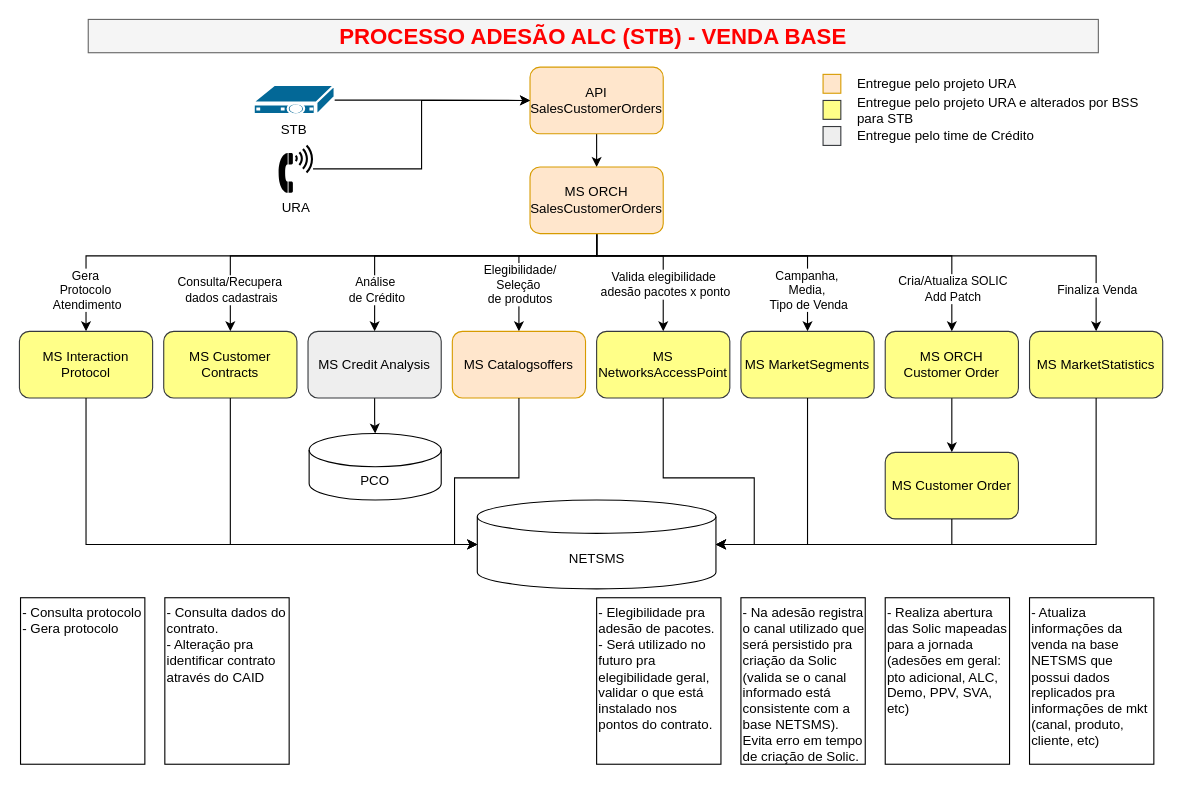
samirali/ClaroBrasil keeps this draw.io diagram as page "v3" (3 of 4) of 119216 - Chamada de crédito para vendas através de controle remoto.drawio. Above is the earlier version. Source tidied: cells renumbered, new cells numbered last; positions are measured from the earlier drawing's top-left corner, leaving out a move shared by most shapes. Both pictures are drawn from the tidied source at 111%, with x=0, y=0 at pixel (19, 19).
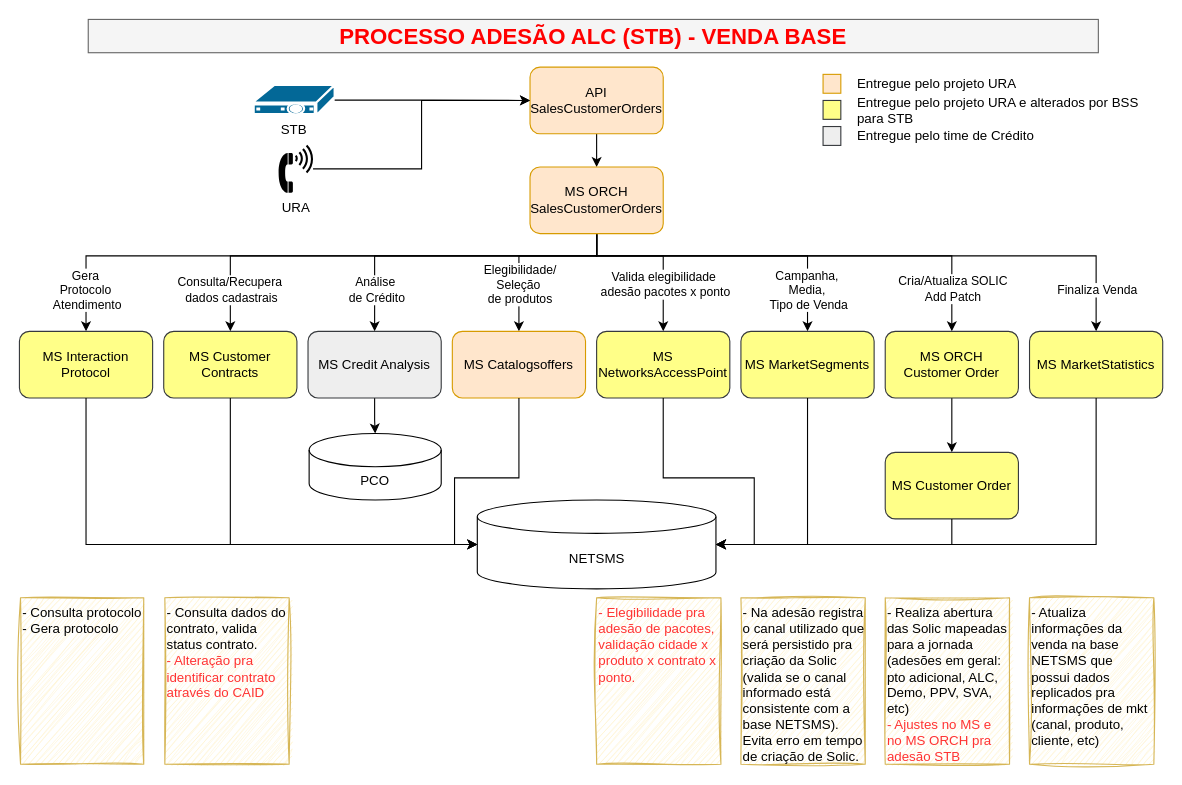
The same diagram, later.

What changed in the source:
```diff
@@
-    <mxCell id="52" value="- Consulta protocolo&lt;div&gt;&lt;span style=&quot;background-color: transparent; color: light-dark(rgb(0, 0, 0), rgb(255, 255, 255));&quot;&gt;- Gera protocolo&lt;/span&gt;&lt;/div&gt;" style="text;html=1;align=left;verticalAlign=top;whiteSpace=wrap;rounded=0;strokeColor=default;" parent="1" vertex="1">
-      <mxGeometry x="1" y="521" width="112" height="150" as="geometry" />
+    <mxCell id="52" value="- Consulta protocolo&lt;div&gt;&lt;span style=&quot;background-color: transparent; color: light-dark(rgb(0, 0, 0), rgb(255, 255, 255));&quot;&gt;- Gera protocolo&lt;/span&gt;&lt;/div&gt;" style="text;html=1;align=left;verticalAlign=top;whiteSpace=wrap;rounded=0;strokeColor=#d6b656;fillColor=#fff2cc;sketch=1;curveFitting=1;jiggle=2;" parent="1" vertex="1">
+      <mxGeometry x="1" y="521" width="111" height="150" as="geometry" />
     </mxCell>
-    <mxCell id="53" value="- Consulta dados do contrato.&lt;div&gt;- Alteração pra identificar contrato através do CAID&lt;/div&gt;" style="text;html=1;align=left;verticalAlign=top;whiteSpace=wrap;rounded=0;strokeColor=default;" parent="1" vertex="1">
+    <mxCell id="53" value="- Consulta dados do contrato, valida status contrato.&lt;div&gt;&lt;font style=&quot;color: rgb(255, 51, 51);&quot;&gt;- Alteração pra identificar contrato através do CAID&lt;/font&gt;&lt;/div&gt;" style="text;html=1;align=left;verticalAlign=top;whiteSpace=wrap;rounded=0;strokeColor=#d6b656;fillColor=#fff2cc;sketch=1;curveFitting=1;jiggle=2;" parent="1" vertex="1">
       <mxGeometry x="131" y="521" width="112" height="150" as="geometry" />
     </mxCell>
-    <mxCell id="54" value="- Elegibilidade pra adesão de pacotes.&lt;div&gt;- Será utilizado no futuro pra elegibilidade geral, validar o que está instalado nos pontos do contrato.&lt;/div&gt;" style="text;html=1;align=left;verticalAlign=top;whiteSpace=wrap;rounded=0;strokeColor=default;" parent="1" vertex="1">
+    <mxCell id="54" value="&lt;font style=&quot;color: rgb(255, 51, 51);&quot;&gt;- Elegibilidade pra adesão de pacotes, validação cidade x produto x contrato x ponto.&lt;/font&gt;&lt;div&gt;&lt;br&gt;&lt;/div&gt;" style="text;html=1;align=left;verticalAlign=top;whiteSpace=wrap;rounded=0;strokeColor=#d6b656;fillColor=#fff2cc;sketch=1;curveFitting=1;jiggle=2;" parent="1" vertex="1">
       <mxGeometry x="520" y="521" width="112" height="150" as="geometry" />
     </mxCell>
-    <mxCell id="55" value="- Na adesão registra o canal utilizado que será persistido pra criação da Solic (valida se o canal informado está consistente com a base NETSMS). Evita erro em tempo de criação de Solic." style="text;html=1;align=left;verticalAlign=top;whiteSpace=wrap;rounded=0;strokeColor=default;" parent="1" vertex="1">
+    <mxCell id="55" value="- Na adesão registra o canal utilizado que será persistido pra criação da Solic (valida se o canal informado está consistente com a base NETSMS). Evita erro em tempo de criação de Solic." style="text;html=1;align=left;verticalAlign=top;whiteSpace=wrap;rounded=0;strokeColor=#d6b656;fillColor=#fff2cc;sketch=1;curveFitting=1;jiggle=2;" parent="1" vertex="1">
       <mxGeometry x="650" y="521" width="112" height="150" as="geometry" />
     </mxCell>
-    <mxCell id="56" value="- Realiza abertura das Solic mapeadas para a jornada (adesões em geral: pto adicional, ALC, Demo, PPV, SVA, etc)" style="text;html=1;align=left;verticalAlign=top;whiteSpace=wrap;rounded=0;strokeColor=default;" parent="1" vertex="1">
+    <mxCell id="56" value="- Realiza abertura das Solic mapeadas para a jornada (adesões em geral: pto adicional, ALC, Demo, PPV, SVA, etc)&lt;div&gt;&lt;font style=&quot;color: rgb(255, 51, 51);&quot;&gt;- Ajustes no MS e no MS ORCH pra adesão STB&lt;/font&gt;&lt;/div&gt;" style="text;html=1;align=left;verticalAlign=top;whiteSpace=wrap;rounded=0;strokeColor=#d6b656;fillColor=#fff2cc;sketch=1;curveFitting=1;jiggle=2;" parent="1" vertex="1">
       <mxGeometry x="780" y="521" width="112" height="150" as="geometry" />
     </mxCell>
-    <mxCell id="57" value="- Atualiza informações da venda na base NETSMS que possui dados replicados pra informações de mkt (canal, produto, cliente, etc)" style="text;html=1;align=left;verticalAlign=top;whiteSpace=wrap;rounded=0;strokeColor=default;" parent="1" vertex="1">
+    <mxCell id="57" value="- Atualiza informações da venda na base NETSMS que possui dados replicados pra informações de mkt (canal, produto, cliente, etc)" style="text;html=1;align=left;verticalAlign=top;whiteSpace=wrap;rounded=0;strokeColor=#d6b656;fillColor=#fff2cc;sketch=1;curveFitting=1;jiggle=2;" parent="1" vertex="1">
       <mxGeometry x="910" y="521" width="112" height="150" as="geometry" />
     </mxCell>
```
